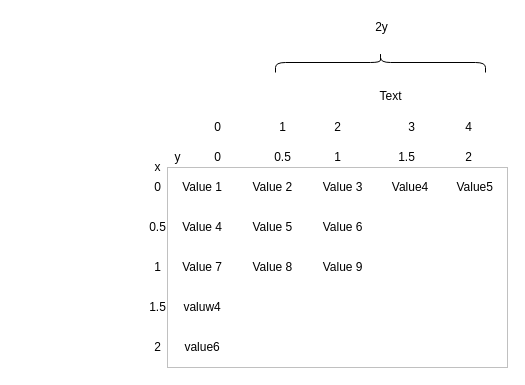
Earlier version of the draw.io diagram abc095/.drawio (ratovia/my_atcoder). Source tidied: cells renumbered, new cells numbered last; positions are measured from the earlier drawing's top-left corner, leaving out a move shared by most shapes. Both pictures are drawn from the tidied source at 100%, with x=0, y=0 at pixel (142, -43).
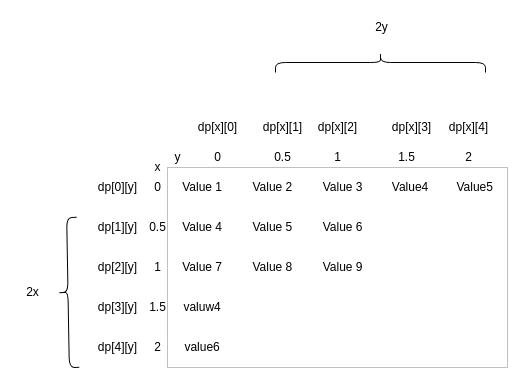
The same page after the edit.

Change to the diagram source:
```diff
@@
-    <mxCell id="15" value="0" style="text;html=1;align=center;verticalAlign=middle;" parent="1" vertex="1">
-      <mxGeometry x="65" y="160" width="20" height="20" as="geometry" />
+    <mxCell id="15" value="dp[x][0]" style="text;html=1;align=center;verticalAlign=middle;" parent="1" vertex="1">
+      <mxGeometry x="50" y="160" width="50" height="20" as="geometry" />
     </mxCell>
-    <mxCell id="16" value="1" style="text;html=1;align=center;verticalAlign=middle;" parent="1" vertex="1">
-      <mxGeometry x="130" y="160" width="20" height="20" as="geometry" />
+    <mxCell id="16" value="dp[x][1]" style="text;html=1;align=center;verticalAlign=middle;" parent="1" vertex="1">
+      <mxGeometry x="115" y="160" width="50" height="20" as="geometry" />
     </mxCell>
-    <mxCell id="17" value="2" style="text;html=1;align=center;verticalAlign=middle;" parent="1" vertex="1">
-      <mxGeometry x="185" y="160" width="20" height="20" as="geometry" />
+    <mxCell id="17" value="dp[x][2]" style="text;html=1;align=center;verticalAlign=middle;" parent="1" vertex="1">
+      <mxGeometry x="170" y="160" width="50" height="20" as="geometry" />
     </mxCell>
-    <mxCell id="18" value="3" style="text;html=1;align=center;verticalAlign=middle;" parent="1" vertex="1">
-      <mxGeometry x="259" y="160" width="20" height="20" as="geometry" />
+    <mxCell id="18" value="dp[x][3]" style="text;html=1;align=center;verticalAlign=middle;" parent="1" vertex="1">
+      <mxGeometry x="244" y="160" width="50" height="20" as="geometry" />
     </mxCell>
-    <mxCell id="19" value="4" style="text;html=1;align=center;verticalAlign=middle;" parent="1" vertex="1">
-      <mxGeometry x="316" y="160" width="20" height="20" as="geometry" />
+    <mxCell id="19" value="dp[x][4]" style="text;html=1;align=center;verticalAlign=middle;" parent="1" vertex="1">
+      <mxGeometry x="301" y="160" width="50" height="20" as="geometry" />
     </mxCell>
-    <mxCell id="20" value="Text" style="text;html=1;align=center;verticalAlign=middle;" parent="1" vertex="1">
-      <mxGeometry x="228" y="129" width="40" height="20" as="geometry" />
-    </mxCell>
@@
+    <mxCell id="23" value="dp[0][y]" style="text;html=1;align=center;verticalAlign=middle;" parent="1" vertex="1">
+      <mxGeometry x="-50" y="220" width="50" height="20" as="geometry" />
+    </mxCell>
+    <mxCell id="24" value="dp[1][y]" style="text;html=1;align=center;verticalAlign=middle;" parent="1" vertex="1">
+      <mxGeometry x="-50" y="260" width="50" height="20" as="geometry" />
+    </mxCell>
+    <mxCell id="25" value="dp[2][y]" style="text;html=1;align=center;verticalAlign=middle;" parent="1" vertex="1">
+      <mxGeometry x="-50" y="300" width="50" height="20" as="geometry" />
+    </mxCell>
+    <mxCell id="26" value="dp[3][y]" style="text;html=1;align=center;verticalAlign=middle;" parent="1" vertex="1">
+      <mxGeometry x="-50" y="340" width="50" height="20" as="geometry" />
+    </mxCell>
+    <mxCell id="27" value="dp[4][y]" style="text;html=1;align=center;verticalAlign=middle;" parent="1" vertex="1">
+      <mxGeometry x="-50" y="380" width="50" height="20" as="geometry" />
+    </mxCell>
+    <mxCell id="28" style="shape=curlyBracket;whiteSpace=wrap;html=1;rounded=1;rotation=-1;" parent="1" vertex="1">
+      <mxGeometry x="-84.5" y="260" width="20" height="150" as="geometry" />
+    </mxCell>
+    <mxCell id="29" value="2x" style="text;html=1;align=center;verticalAlign=middle;" parent="1" vertex="1">
+      <mxGeometry x="-125" y="325" width="30" height="20" as="geometry" />
+    </mxCell>
```
